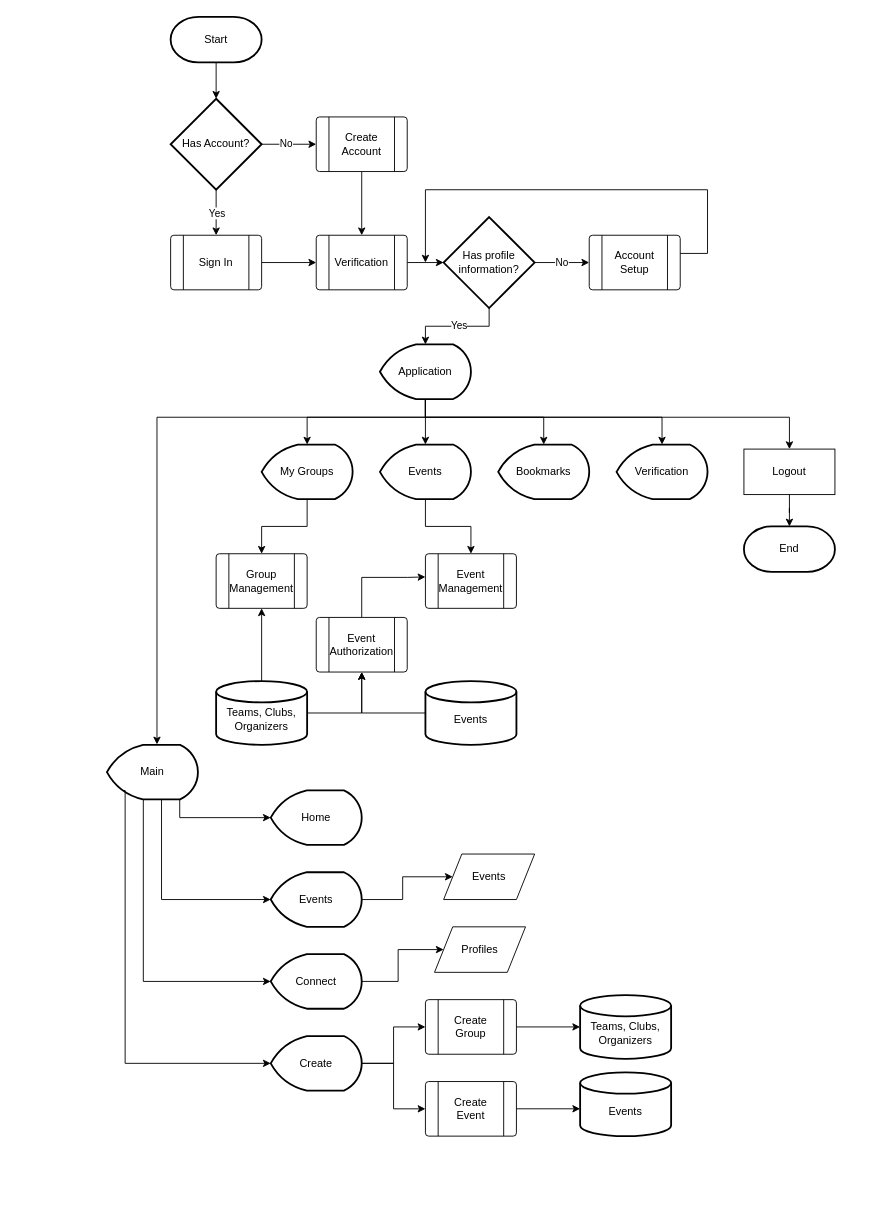
Earlier version of the draw.io diagram Atletik-SystemFlowchart-User.drawio (ElliotJcbH/AtletikFlowcharts). Source tidied: cells renumbered, new cells numbered last; positions are measured from the earlier drawing's top-left corner, leaving out a move shared by most shapes. Both pictures are drawn from the tidied source at 91%, with x=0, y=0 at pixel (106, 16).
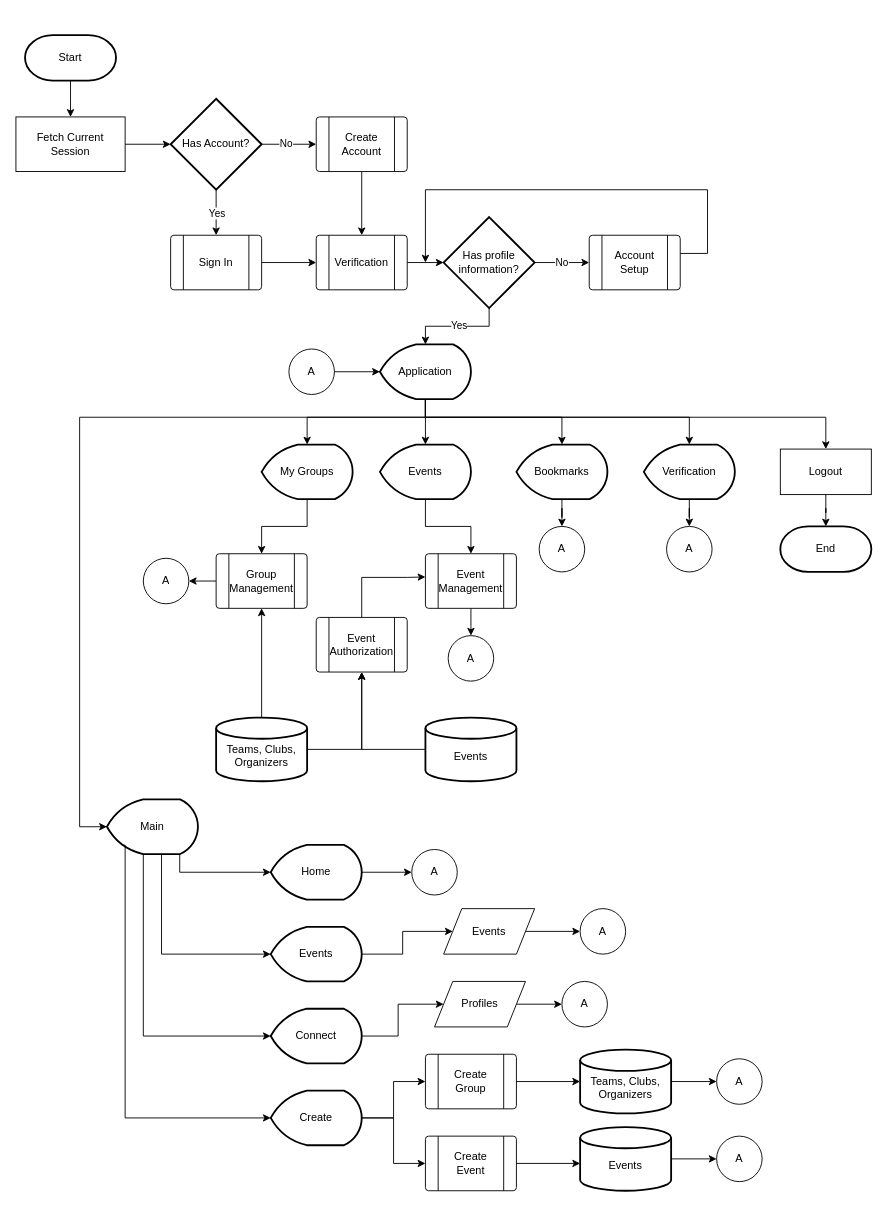
Above is the later version.

Unchanged cells that the change refers to:
```xml
<mxCell id="7" value="Has Account?" style="strokeWidth=2;html=1;shape=mxgraph.flowchart.decision;whiteSpace=wrap;" parent="1" vertex="1">
  <mxGeometry x="70" y="90" width="100" height="100" as="geometry" />
</mxCell>
<mxCell id="25" value="Application" style="strokeWidth=2;html=1;shape=mxgraph.flowchart.display;whiteSpace=wrap;" parent="1" vertex="1">
  <mxGeometry x="300" y="360" width="100" height="60" as="geometry" />
</mxCell>
<mxCell id="42" style="verticalLabelPosition=bottom;verticalAlign=top;html=1;shape=process;whiteSpace=wrap;rounded=1;size=0.14;arcSize=6;" parent="1" vertex="1">
  <mxGeometry x="120" y="590" width="100" height="60" as="geometry" />
</mxCell>
<mxCell id="44" style="verticalLabelPosition=bottom;verticalAlign=top;html=1;shape=process;whiteSpace=wrap;rounded=1;size=0.14;arcSize=6;" parent="1" vertex="1">
  <mxGeometry x="350" y="590" width="100" height="60" as="geometry" />
</mxCell>
```

Change to the diagram source:
```diff
@@
+    <mxCell id="76" style="edgeStyle=orthogonalEdgeStyle;rounded=0;jettySize=auto;html=1;" parent="1" edge="1" source="2" target="91">
+      <mxGeometry relative="1" as="geometry" />
+    </mxCell>
     <mxCell id="2" value="Start" style="strokeWidth=2;html=1;shape=mxgraph.flowchart.terminator;whiteSpace=wrap;" parent="1" vertex="1">
-      <mxGeometry x="70" width="100" height="50" as="geometry" />
+      <mxGeometry x="-90" y="20" width="100" height="50" as="geometry" />
     </mxCell>
@@
-    <mxCell id="8" style="edgeStyle=orthogonalEdgeStyle;rounded=0;jettySize=auto;html=1;entryX=0.5;entryY=0;entryDx=0;entryDy=0;entryPerimeter=0;" parent="1" edge="1" source="2" target="7">
-      <mxGeometry relative="1" as="geometry" />
-    </mxCell>
@@
-    <mxCell id="22" style="edgeStyle=orthogonalEdgeStyle;rounded=0;jettySize=auto;html=1;entryX=0.5;entryY=0;entryDx=0;entryDy=0;" parent="1" edge="1" source="25" target="34">
-      <mxGeometry relative="1" as="geometry">
-        <Array as="points">
-          <mxPoint x="350" y="440" />
-          <mxPoint x="750" y="440" />
-        </Array>
-      </mxGeometry>
-    </mxCell>
@@
+    <mxCell id="22" style="edgeStyle=orthogonalEdgeStyle;rounded=0;jettySize=auto;html=1;entryX=0.5;entryY=0;entryDx=0;entryDy=0;" parent="1" edge="1" source="25" target="34">
+      <mxGeometry relative="1" as="geometry">
+        <Array as="points">
+          <mxPoint x="350" y="440" />
+          <mxPoint x="790" y="440" />
+        </Array>
+      </mxGeometry>
+    </mxCell>
@@
     <mxCell id="27" value="Main" style="strokeWidth=2;html=1;shape=mxgraph.flowchart.display;whiteSpace=wrap;" parent="1" vertex="1">
-      <mxGeometry y="800" width="100" height="60" as="geometry" />
+      <mxGeometry y="860" width="100" height="60" as="geometry" />
     </mxCell>
@@
+    <mxCell id="77" style="edgeStyle=orthogonalEdgeStyle;rounded=0;jettySize=auto;html=1;entryX=0.5;entryY=0;entryDx=0;entryDy=0;" parent="1" edge="1" source="32" target="97">
+      <mxGeometry relative="1" as="geometry" />
+    </mxCell>
     <mxCell id="32" value="Verification" style="strokeWidth=2;html=1;shape=mxgraph.flowchart.display;whiteSpace=wrap;" parent="1" vertex="1">
-      <mxGeometry x="560" y="470" width="100" height="60" as="geometry" />
+      <mxGeometry x="590" y="470" width="100" height="60" as="geometry" />
     </mxCell>
+    <mxCell id="78" style="edgeStyle=orthogonalEdgeStyle;rounded=0;jettySize=auto;html=1;entryX=0.5;entryY=0;entryDx=0;entryDy=0;" parent="1" edge="1" source="33" target="93">
+      <mxGeometry relative="1" as="geometry" />
+    </mxCell>
     <mxCell id="33" value="Bookmarks" style="strokeWidth=2;html=1;shape=mxgraph.flowchart.display;whiteSpace=wrap;" parent="1" vertex="1">
-      <mxGeometry x="430" y="470" width="100" height="60" as="geometry" />
+      <mxGeometry x="450" y="470" width="100" height="60" as="geometry" />
     </mxCell>
     <mxCell id="34" value="Logout" style="html=1;dashed=0;whiteSpace=wrap;" parent="1" vertex="1">
-      <mxGeometry x="700" y="475" width="100" height="50" as="geometry" />
+      <mxGeometry x="740" y="475" width="100" height="50" as="geometry" />
     </mxCell>
     <mxCell id="35" value="End" style="strokeWidth=2;html=1;shape=mxgraph.flowchart.terminator;whiteSpace=wrap;" parent="1" vertex="1">
-      <mxGeometry x="700" y="560" width="100" height="50" as="geometry" />
+      <mxGeometry x="740" y="560" width="100" height="50" as="geometry" />
     </mxCell>
@@
-    <mxCell id="39" style="edgeStyle=orthogonalEdgeStyle;rounded=0;jettySize=auto;html=1;entryX=0.55;entryY=-0.008;entryDx=0;entryDy=0;entryPerimeter=0;" parent="1" edge="1" source="25" target="27">
+    <mxCell id="39" style="edgeStyle=orthogonalEdgeStyle;rounded=0;jettySize=auto;html=1;entryX=0;entryY=0.5;entryDx=0;entryDy=0;entryPerimeter=0;" parent="1" edge="1" source="25" target="27">
       <mxGeometry relative="1" as="geometry">
         <Array as="points">
           <mxPoint x="350" y="440" />
-          <mxPoint x="55" y="440" />
+          <mxPoint x="-30" y="440" />
+          <mxPoint x="-30" y="890" />
         </Array>
       </mxGeometry>
     </mxCell>
-    <mxCell id="40" style="edgeStyle=orthogonalEdgeStyle;rounded=0;jettySize=auto;html=1;entryX=0.5;entryY=0;entryDx=0;entryDy=0;entryPerimeter=0;" parent="1" edge="1" source="25" target="33">
-      <mxGeometry relative="1" as="geometry">
-        <Array as="points">
-          <mxPoint x="350" y="440" />
-          <mxPoint x="480" y="440" />
-        </Array>
-      </mxGeometry>
-    </mxCell>
-    <mxCell id="41" style="edgeStyle=orthogonalEdgeStyle;rounded=0;jettySize=auto;html=1;entryX=0.5;entryY=0;entryDx=0;entryDy=0;entryPerimeter=0;" parent="1" edge="1" source="25" target="32">
-      <mxGeometry relative="1" as="geometry">
-        <Array as="points">
-          <mxPoint x="350" y="440" />
-          <mxPoint x="610" y="440" />
-        </Array>
-      </mxGeometry>
-    </mxCell>
+    <mxCell id="79" style="edgeStyle=orthogonalEdgeStyle;rounded=0;jettySize=auto;html=1;exitX=0;exitY=0.5;exitDx=0;exitDy=0;entryX=1;entryY=0.5;entryDx=0;entryDy=0;" parent="1" edge="1" source="42" target="94">
+      <mxGeometry relative="1" as="geometry" />
+    </mxCell>
@@
+    <mxCell id="80" style="edgeStyle=orthogonalEdgeStyle;rounded=0;jettySize=auto;html=1;" parent="1" edge="1" source="44">
+      <mxGeometry relative="1" as="geometry">
+        <mxPoint x="400" y="680" as="targetPoint" />
+      </mxGeometry>
+    </mxCell>
@@
     <mxCell id="48" value="&lt;div&gt;&lt;br&gt;&lt;/div&gt;Teams, Clubs, Organizers" style="strokeWidth=2;html=1;shape=mxgraph.flowchart.database;whiteSpace=wrap;" parent="1" vertex="1">
-      <mxGeometry x="120" y="730" width="100" height="70" as="geometry" />
+      <mxGeometry x="120" y="770" width="100" height="70" as="geometry" />
     </mxCell>
@@
     <mxCell id="50" value="&lt;div&gt;&lt;br&gt;&lt;/div&gt;&lt;div&gt;Events&lt;/div&gt;" style="strokeWidth=2;html=1;shape=mxgraph.flowchart.database;whiteSpace=wrap;" parent="1" vertex="1">
-      <mxGeometry x="350" y="730" width="100" height="70" as="geometry" />
+      <mxGeometry x="350" y="770" width="100" height="70" as="geometry" />
     </mxCell>
@@
+    <mxCell id="81" style="edgeStyle=orthogonalEdgeStyle;rounded=0;jettySize=auto;html=1;entryX=0;entryY=0.5;entryDx=0;entryDy=0;" parent="1" edge="1" source="54" target="86">
+      <mxGeometry relative="1" as="geometry" />
+    </mxCell>
     <mxCell id="54" value="Home" style="strokeWidth=2;html=1;shape=mxgraph.flowchart.display;whiteSpace=wrap;" parent="1" vertex="1">
-      <mxGeometry x="180" y="850" width="100" height="60" as="geometry" />
+      <mxGeometry x="180" y="910" width="100" height="60" as="geometry" />
     </mxCell>
@@
     <mxCell id="56" value="Events" style="strokeWidth=2;html=1;shape=mxgraph.flowchart.display;whiteSpace=wrap;" parent="1" vertex="1">
-      <mxGeometry x="180" y="940" width="100" height="60" as="geometry" />
+      <mxGeometry x="180" y="1000" width="100" height="60" as="geometry" />
     </mxCell>
@@
     <mxCell id="58" value="Connect" style="strokeWidth=2;html=1;shape=mxgraph.flowchart.display;whiteSpace=wrap;" parent="1" vertex="1">
-      <mxGeometry x="180" y="1030" width="100" height="60" as="geometry" />
+      <mxGeometry x="180" y="1090" width="100" height="60" as="geometry" />
     </mxCell>
@@
     <mxCell id="61" value="Create" style="strokeWidth=2;html=1;shape=mxgraph.flowchart.display;whiteSpace=wrap;" parent="1" vertex="1">
-      <mxGeometry x="180" y="1120" width="100" height="60" as="geometry" />
+      <mxGeometry x="180" y="1180" width="100" height="60" as="geometry" />
     </mxCell>
     <mxCell id="62" style="edgeStyle=orthogonalEdgeStyle;rounded=0;jettySize=auto;html=1;entryX=0;entryY=0.5;entryDx=0;entryDy=0;entryPerimeter=0;" parent="1" edge="1" source="27" target="54">
       <mxGeometry relative="1" as="geometry">
         <Array as="points">
-          <mxPoint x="80" y="880" />
+          <mxPoint x="80" y="940" />
         </Array>
       </mxGeometry>
     </mxCell>
     <mxCell id="63" style="edgeStyle=orthogonalEdgeStyle;rounded=0;orthogonalLoop=1;jettySize=auto;html=1;" parent="1" edge="1">
       <mxGeometry relative="1" as="geometry">
-        <mxPoint x="60" y="860" as="sourcePoint" />
-        <mxPoint x="180" y="970" as="targetPoint" />
+        <mxPoint x="60" y="920" as="sourcePoint" />
+        <mxPoint x="180" y="1030" as="targetPoint" />
         <Array as="points">
-          <mxPoint x="60" y="970" />
+          <mxPoint x="60" y="1030" />
         </Array>
       </mxGeometry>
     </mxCell>
     <mxCell id="64" style="edgeStyle=orthogonalEdgeStyle;rounded=0;jettySize=auto;html=1;entryX=0;entryY=0.5;entryDx=0;entryDy=0;entryPerimeter=0;" parent="1" edge="1" source="27" target="58">
       <mxGeometry relative="1" as="geometry">
         <Array as="points">
-          <mxPoint x="40" y="1060" />
+          <mxPoint x="40" y="1120" />
         </Array>
       </mxGeometry>
     </mxCell>
     <mxCell id="65" style="edgeStyle=orthogonalEdgeStyle;rounded=0;jettySize=auto;html=1;entryX=0;entryY=0.5;entryDx=0;entryDy=0;entryPerimeter=0;exitX=0.176;exitY=0.839;exitDx=0;exitDy=0;exitPerimeter=0;" parent="1" edge="1" source="27" target="61">
       <mxGeometry relative="1" as="geometry">
         <Array as="points">
-          <mxPoint x="20" y="850" />
-          <mxPoint x="20" y="1150" />
+          <mxPoint x="20" y="910" />
+          <mxPoint x="20" y="1210" />
         </Array>
       </mxGeometry>
     </mxCell>
     <mxCell id="66" style="verticalLabelPosition=bottom;verticalAlign=top;html=1;shape=process;whiteSpace=wrap;rounded=1;size=0.14;arcSize=6;" parent="1" vertex="1">
-      <mxGeometry x="350" y="1080" width="100" height="60" as="geometry" />
+      <mxGeometry x="350" y="1140" width="100" height="60" as="geometry" />
     </mxCell>
     <mxCell id="67" style="verticalLabelPosition=bottom;verticalAlign=top;html=1;shape=process;whiteSpace=wrap;rounded=1;size=0.14;arcSize=6;" parent="1" vertex="1">
-      <mxGeometry x="350" y="1170" width="100" height="60" as="geometry" />
+      <mxGeometry x="350" y="1230" width="100" height="60" as="geometry" />
     </mxCell>
     <mxCell id="68" value="Create Group" style="text;html=1;align=center;verticalAlign=middle;whiteSpace=wrap;rounded=0;" parent="1" vertex="1">
-      <mxGeometry x="370" y="1095" width="60" height="30" as="geometry" />
+      <mxGeometry x="370" y="1155" width="60" height="30" as="geometry" />
     </mxCell>
     <mxCell id="69" value="Create Event" style="text;html=1;align=center;verticalAlign=middle;whiteSpace=wrap;rounded=0;" parent="1" vertex="1">
-      <mxGeometry x="370" y="1185" width="60" height="30" as="geometry" />
+      <mxGeometry x="370" y="1245" width="60" height="30" as="geometry" />
     </mxCell>
+    <mxCell id="82" style="edgeStyle=orthogonalEdgeStyle;rounded=0;jettySize=auto;html=1;entryX=0;entryY=0.5;entryDx=0;entryDy=0;" parent="1" edge="1" source="70" target="88">
+      <mxGeometry relative="1" as="geometry" />
+    </mxCell>
     <mxCell id="70" value="&lt;div&gt;&lt;br&gt;&lt;/div&gt;Teams, Clubs, Organizers" style="strokeWidth=2;html=1;shape=mxgraph.flowchart.database;whiteSpace=wrap;" parent="1" vertex="1">
-      <mxGeometry x="520" y="1075" width="100" height="70" as="geometry" />
+      <mxGeometry x="520" y="1135" width="100" height="70" as="geometry" />
     </mxCell>
@@
+    <mxCell id="83" style="edgeStyle=orthogonalEdgeStyle;rounded=0;jettySize=auto;html=1;entryX=0;entryY=0.5;entryDx=0;entryDy=0;" parent="1" edge="1" source="72" target="90">
+      <mxGeometry relative="1" as="geometry" />
+    </mxCell>
     <mxCell id="72" value="&lt;div&gt;&lt;br&gt;&lt;/div&gt;&lt;div&gt;Events&lt;/div&gt;" style="strokeWidth=2;html=1;shape=mxgraph.flowchart.database;whiteSpace=wrap;" parent="1" vertex="1">
-      <mxGeometry x="520" y="1160" width="100" height="70" as="geometry" />
+      <mxGeometry x="520" y="1220" width="100" height="70" as="geometry" />
     </mxCell>
@@
+    <mxCell id="84" style="edgeStyle=orthogonalEdgeStyle;rounded=0;jettySize=auto;html=1;entryX=0;entryY=0.5;entryDx=0;entryDy=0;" parent="1" edge="1" source="74" target="89">
+      <mxGeometry relative="1" as="geometry" />
+    </mxCell>
     <mxCell id="74" value="Profiles" style="shape=parallelogram;perimeter=parallelogramPerimeter;whiteSpace=wrap;html=1;dashed=0;" parent="1" vertex="1">
-      <mxGeometry x="360" y="1000" width="100" height="50" as="geometry" />
+      <mxGeometry x="360" y="1060" width="100" height="50" as="geometry" />
     </mxCell>
+    <mxCell id="85" style="edgeStyle=orthogonalEdgeStyle;rounded=0;jettySize=auto;html=1;entryX=0;entryY=0.5;entryDx=0;entryDy=0;" parent="1" edge="1" source="75" target="87">
+      <mxGeometry relative="1" as="geometry" />
+    </mxCell>
     <mxCell id="75" value="Events" style="shape=parallelogram;perimeter=parallelogramPerimeter;whiteSpace=wrap;html=1;dashed=0;" parent="1" vertex="1">
-      <mxGeometry x="370" y="920" width="100" height="50" as="geometry" />
+      <mxGeometry x="370" y="980" width="100" height="50" as="geometry" />
     </mxCell>
+    <mxCell id="86" value="A" style="ellipse;whiteSpace=wrap;html=1;" parent="1" vertex="1">
+      <mxGeometry x="335" y="915" width="50" height="50" as="geometry" />
+    </mxCell>
+    <mxCell id="87" value="A" style="ellipse;whiteSpace=wrap;html=1;" parent="1" vertex="1">
+      <mxGeometry x="520" y="980" width="50" height="50" as="geometry" />
+    </mxCell>
+    <mxCell id="88" value="A" style="ellipse;whiteSpace=wrap;html=1;" parent="1" vertex="1">
+      <mxGeometry x="670" y="1145" width="50" height="50" as="geometry" />
+    </mxCell>
+    <mxCell id="89" value="A" style="ellipse;whiteSpace=wrap;html=1;" parent="1" vertex="1">
+      <mxGeometry x="500" y="1060" width="50" height="50" as="geometry" />
+    </mxCell>
+    <mxCell id="90" value="A" style="ellipse;whiteSpace=wrap;html=1;" parent="1" vertex="1">
+      <mxGeometry x="670" y="1230" width="50" height="50" as="geometry" />
+    </mxCell>
+    <mxCell id="91" value="Fetch Current Session" style="rounded=0;whiteSpace=wrap;html=1;" parent="1" vertex="1">
+      <mxGeometry x="-100" y="110" width="120" height="60" as="geometry" />
+    </mxCell>
+    <mxCell id="92" style="edgeStyle=orthogonalEdgeStyle;rounded=0;jettySize=auto;html=1;entryX=0;entryY=0.5;entryDx=0;entryDy=0;entryPerimeter=0;" parent="1" edge="1" source="91" target="7">
+      <mxGeometry relative="1" as="geometry" />
+    </mxCell>
+    <mxCell id="93" value="A" style="ellipse;whiteSpace=wrap;html=1;" parent="1" vertex="1">
+      <mxGeometry x="475" y="560" width="50" height="50" as="geometry" />
+    </mxCell>
+    <mxCell id="94" value="A" style="ellipse;whiteSpace=wrap;html=1;" parent="1" vertex="1">
+      <mxGeometry x="40" y="595" width="50" height="50" as="geometry" />
+    </mxCell>
+    <mxCell id="95" value="A" style="ellipse;whiteSpace=wrap;html=1;" parent="1" vertex="1">
+      <mxGeometry x="200" y="365" width="50" height="50" as="geometry" />
+    </mxCell>
+    <mxCell id="96" value="A" style="ellipse;whiteSpace=wrap;html=1;" parent="1" vertex="1">
+      <mxGeometry x="375" y="680" width="50" height="50" as="geometry" />
+    </mxCell>
+    <mxCell id="40" style="edgeStyle=orthogonalEdgeStyle;rounded=0;jettySize=auto;html=1;entryX=0.5;entryY=0;entryDx=0;entryDy=0;entryPerimeter=0;" parent="1" edge="1" source="25" target="33">
+      <mxGeometry relative="1" as="geometry">
+        <Array as="points">
+          <mxPoint x="350" y="440" />
+          <mxPoint x="500" y="440" />
+        </Array>
+      </mxGeometry>
+    </mxCell>
+    <mxCell id="41" style="edgeStyle=orthogonalEdgeStyle;rounded=0;jettySize=auto;html=1;entryX=0.5;entryY=0;entryDx=0;entryDy=0;entryPerimeter=0;" parent="1" edge="1" source="25" target="32">
+      <mxGeometry relative="1" as="geometry">
+        <Array as="points">
+          <mxPoint x="350" y="440" />
+          <mxPoint x="640" y="440" />
+        </Array>
+      </mxGeometry>
+    </mxCell>
+    <mxCell id="97" value="A" style="ellipse;whiteSpace=wrap;html=1;" parent="1" vertex="1">
+      <mxGeometry x="615" y="560" width="50" height="50" as="geometry" />
+    </mxCell>
+    <mxCell id="98" style="edgeStyle=orthogonalEdgeStyle;rounded=0;jettySize=auto;html=1;entryX=0;entryY=0.5;entryDx=0;entryDy=0;entryPerimeter=0;" parent="1" edge="1" source="95" target="25">
+      <mxGeometry relative="1" as="geometry" />
+    </mxCell>
```
